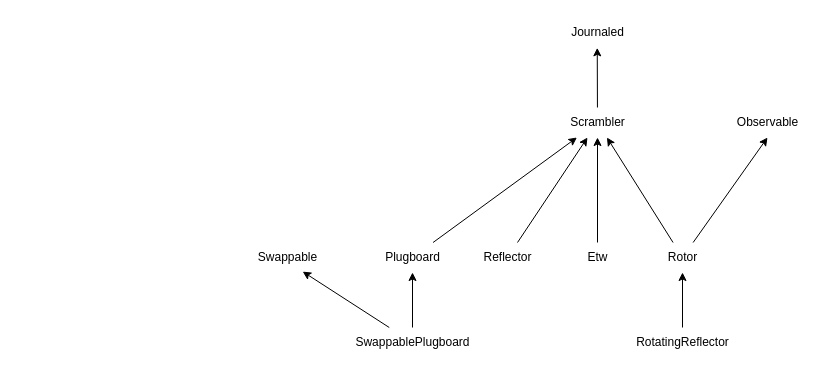
Earlier version of the draw.io diagram page "Page-2" (2 of 2) of diagrams/rotors.drawio (denismaggior8/enigma-python). Source tidied: cells renumbered, new cells numbered last; positions are measured from the earlier drawing's top-left corner, leaving out a move shared by most shapes. Both pictures are drawn from the tidied source at 100%, with x=0, y=0 at pixel (247, 17).
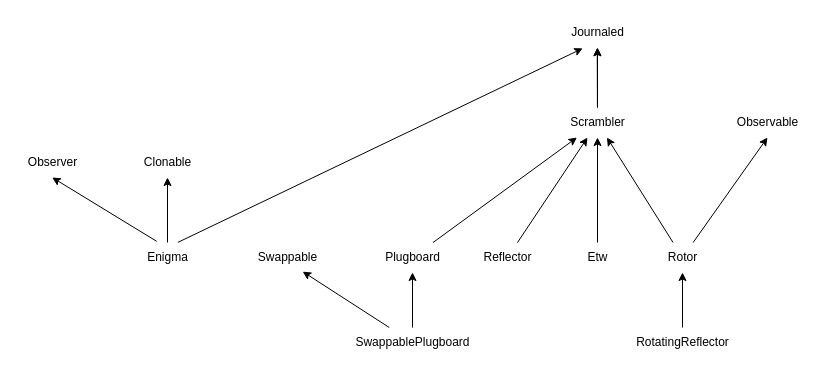
The same diagram, later.

Unchanged cells that the change refers to:
```xml
<mxCell id="10" value="Scrambler" style="text;html=1;align=center;verticalAlign=middle;points=[];strokeColor=none;fillColor=none;" parent="1" vertex="1">
  <mxGeometry x="310" y="90" width="80" height="30" as="geometry" />
</mxCell>
<mxCell id="20" value="Journaled" style="text;html=1;align=center;verticalAlign=middle;points=[];strokeColor=none;fillColor=none;" parent="1" vertex="1">
  <mxGeometry x="310" width="80" height="30" as="geometry" />
</mxCell>
```

Diff of the diagram source:
```diff
@@
+    <mxCell id="21" style="edgeStyle=none;rounded=0;jettySize=auto;html=1;" parent="1" edge="1" source="10" target="20">
+      <mxGeometry relative="1" as="geometry" />
+    </mxCell>
@@
+    <mxCell id="22" style="edgeStyle=none;rounded=0;jettySize=auto;html=1;" parent="1" edge="1" source="23" target="25">
+      <mxGeometry relative="1" as="geometry" />
+    </mxCell>
+    <mxCell id="23" value="Enigma" style="text;html=1;align=center;verticalAlign=middle;points=[];strokeColor=none;fillColor=none;" parent="1" vertex="1">
+      <mxGeometry x="-110" y="225" width="60" height="30" as="geometry" />
+    </mxCell>
+    <mxCell id="24" style="edgeStyle=none;rounded=0;jettySize=auto;html=1;exitX=0.32;exitY=-0.039;exitDx=0;exitDy=0;exitPerimeter=0;" parent="1" edge="1" source="23">
+      <mxGeometry relative="1" as="geometry">
+        <mxPoint x="-195.3" y="160" as="targetPoint" />
+      </mxGeometry>
+    </mxCell>
+    <mxCell id="25" value="Clonable" style="text;html=1;align=center;verticalAlign=middle;points=[];strokeColor=none;fillColor=none;" parent="1" vertex="1">
+      <mxGeometry x="-115" y="130" width="70" height="30" as="geometry" />
+    </mxCell>
+    <mxCell id="26" style="edgeStyle=none;rounded=0;jettySize=auto;html=1;entryX=0.315;entryY=1.029;entryDx=0;entryDy=0;entryPerimeter=0;exitX=0.672;exitY=-0.003;exitDx=0;exitDy=0;exitPerimeter=0;" parent="1" edge="1" source="23" target="20">
+      <mxGeometry relative="1" as="geometry" />
+    </mxCell>
+    <mxCell id="27" value="Observer" style="text;html=1;align=center;verticalAlign=middle;strokeColor=none;fillColor=none;" parent="1" vertex="1">
+      <mxGeometry x="-230" y="130" width="70" height="30" as="geometry" />
+    </mxCell>
```
